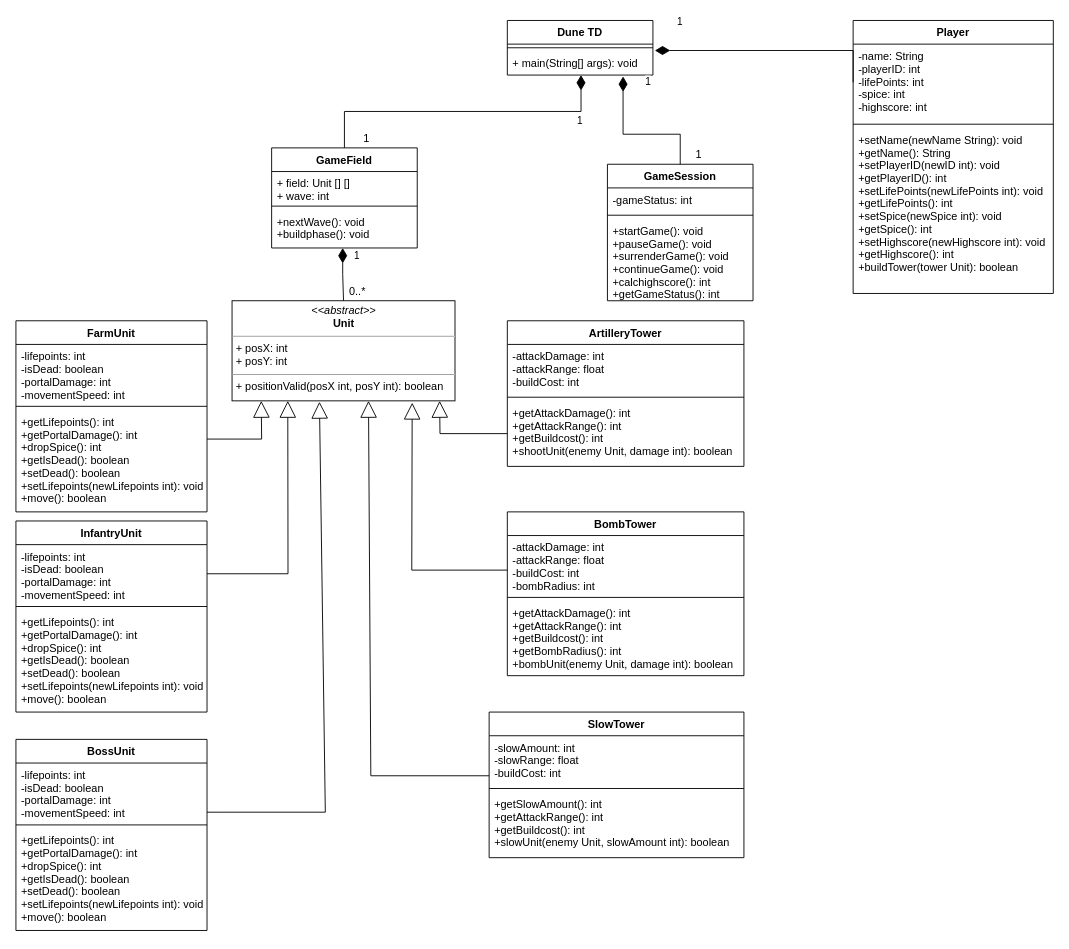
Above: Klassendiagrame.drawio in Mete7-del/hello-world (draw.io), before the change. Source tidied: cells renumbered, new cells numbered last; positions are measured from the earlier drawing's top-left corner, leaving out a move shared by most shapes. Both pictures are drawn from the tidied source at 91%, with x=0, y=0 at pixel (15, 20).
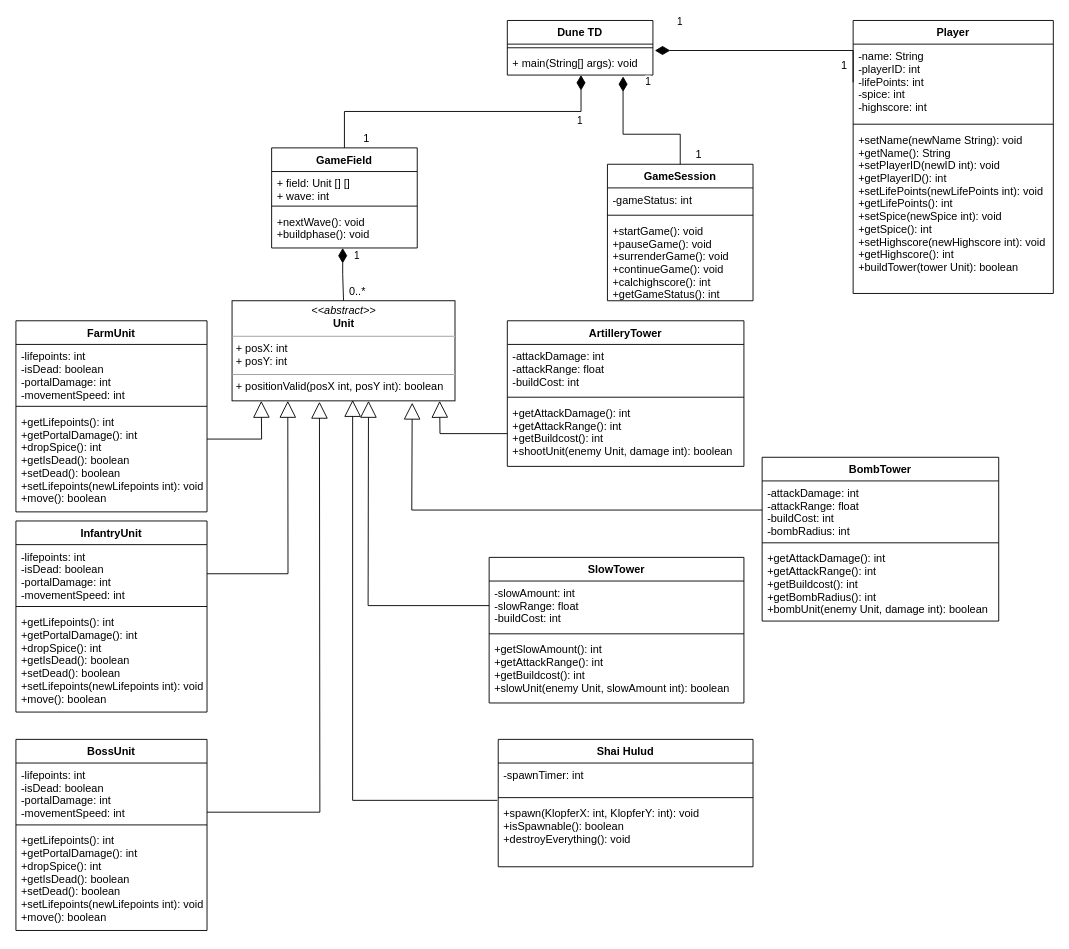
The same diagram, later.

Unchanged cells that the change refers to:
```xml
<mxCell id="9" value="&lt;p style=&quot;margin: 0px ; margin-top: 4px ; text-align: center&quot;&gt;&lt;i&gt;&amp;lt;&amp;lt;abstract&amp;gt;&amp;gt;&lt;/i&gt;&lt;br&gt;&lt;b&gt;Unit&lt;/b&gt;&lt;/p&gt;&lt;hr size=&quot;1&quot;&gt;&lt;p style=&quot;margin: 0px ; margin-left: 4px&quot;&gt;+ posX: int&lt;br&gt;+ posY: int&lt;/p&gt;&lt;hr size=&quot;1&quot;&gt;&lt;p style=&quot;margin: 0px ; margin-left: 4px&quot;&gt;+ positionValid(posX int, posY int): boolean&lt;br&gt;&lt;/p&gt;" style="verticalAlign=top;align=left;overflow=fill;fontSize=12;fontFamily=Helvetica;html=1;labelBackgroundColor=none;" parent="1" vertex="1">
  <mxGeometry x="237.5" y="308" width="245" height="110" as="geometry" />
</mxCell>
<mxCell id="23" value="-lifepoints: int&#10;-isDead: boolean&#10;-portalDamage: int&#10;-movementSpeed: int" style="text;strokeColor=none;fillColor=none;align=left;verticalAlign=top;spacingLeft=4;spacingRight=4;overflow=hidden;points=[[0,0.5],[1,0.5]];portConstraint=eastwest;labelBackgroundColor=none;" parent="22" vertex="1">
  <mxGeometry y="26" width="210" height="64" as="geometry" />
</mxCell>
<mxCell id="27" value="-slowAmount: int&#10;-slowRange: float&#10;-buildCost: int" style="text;strokeColor=none;fillColor=none;align=left;verticalAlign=top;spacingLeft=4;spacingRight=4;overflow=hidden;points=[[0,0.5],[1,0.5]];portConstraint=eastwest;labelBackgroundColor=none;" parent="26" vertex="1">
  <mxGeometry y="26" width="280" height="54" as="geometry" />
</mxCell>
<mxCell id="31" value="-attackDamage: int&#10;-attackRange: float&#10;-buildCost: int&#10;-bombRadius: int" style="text;strokeColor=none;fillColor=none;align=left;verticalAlign=top;spacingLeft=4;spacingRight=4;overflow=hidden;points=[[0,0.5],[1,0.5]];portConstraint=eastwest;labelBackgroundColor=none;" parent="30" vertex="1">
  <mxGeometry y="26" width="260" height="64" as="geometry" />
</mxCell>
```

Change to the diagram source:
```diff
@@
     <mxCell id="26" value="SlowTower" style="swimlane;fontStyle=1;align=center;verticalAlign=top;horizontal=1;startSize=26;labelBackgroundColor=none;" parent="1" vertex="1">
-      <mxGeometry x="520" y="760" width="280" height="160" as="geometry" />
+      <mxGeometry x="520" y="590" width="280" height="160" as="geometry" />
     </mxCell>
@@
     <mxCell id="30" value="BombTower" style="swimlane;fontStyle=1;align=center;verticalAlign=top;horizontal=1;startSize=26;labelBackgroundColor=none;" parent="1" vertex="1">
-      <mxGeometry x="540" y="540" width="260" height="180" as="geometry" />
+      <mxGeometry x="820" y="480" width="260" height="180" as="geometry" />
     </mxCell>
@@
     <mxCell id="35" style="endArrow=block;endSize=16;endFill=0;html=1;rounded=0;entryX=0.392;entryY=1.009;entryDx=0;entryDy=0;entryPerimeter=0;exitX=1;exitY=0.844;exitDx=0;exitDy=0;exitPerimeter=0;" parent="1" edge="1" source="23" target="9">
       <mxGeometry relative="1" as="geometry">
         <Array as="points">
-          <mxPoint x="340" y="870" />
+          <mxPoint x="334" y="870" />
         </Array>
       </mxGeometry>
     </mxCell>
@@
-    <mxCell id="38" style="endArrow=block;endSize=16;endFill=0;html=1;rounded=0;entryX=0.612;entryY=1;entryDx=0;entryDy=0;entryPerimeter=0;" parent="1" edge="1" target="9">
+    <mxCell id="38" style="endArrow=block;endSize=16;endFill=0;html=1;rounded=0;entryX=0.612;entryY=1;entryDx=0;entryDy=0;entryPerimeter=0;exitX=0;exitY=0.5;exitDx=0;exitDy=0;" parent="1" edge="1" source="27" target="9">
       <mxGeometry relative="1" as="geometry">
-        <mxPoint x="520" y="830" as="sourcePoint" />
         <Array as="points">
-          <mxPoint x="390" y="830" />
+          <mxPoint x="387" y="643" />
         </Array>
       </mxGeometry>
     </mxCell>
-    <mxCell id="39" style="endArrow=block;endSize=16;endFill=0;html=1;rounded=0;entryX=0.808;entryY=1.018;entryDx=0;entryDy=0;exitX=0;exitY=0.5;exitDx=0;exitDy=0;entryPerimeter=0;" parent="1" edge="1" target="9">
+    <mxCell id="39" style="endArrow=block;endSize=16;endFill=0;html=1;rounded=0;entryX=0.808;entryY=1.018;entryDx=0;entryDy=0;exitX=0;exitY=0.5;exitDx=0;exitDy=0;entryPerimeter=0;" parent="1" edge="1" source="31" target="9">
       <mxGeometry relative="1" as="geometry">
-        <mxPoint x="540" y="604" as="sourcePoint" />
         <Array as="points">
-          <mxPoint x="435" y="604" />
+          <mxPoint x="435" y="538" />
         </Array>
       </mxGeometry>
     </mxCell>
@@
+    <mxCell id="55" value="1" style="text;html=1;align=center;verticalAlign=middle;strokeColor=none;fillColor=none;" parent="1" vertex="1">
+      <mxGeometry x="900" y="40" width="20" height="20" as="geometry" />
+    </mxCell>
+    <mxCell id="56" value="Shai Hulud" style="swimlane;fontStyle=1;align=center;verticalAlign=top;horizontal=1;startSize=26;labelBackgroundColor=none;" parent="1" vertex="1">
+      <mxGeometry x="530" y="790" width="280" height="140" as="geometry" />
+    </mxCell>
+    <mxCell id="57" value="-spawnTimer: int" style="text;strokeColor=none;fillColor=none;align=left;verticalAlign=top;spacingLeft=4;spacingRight=4;overflow=hidden;labelBackgroundColor=none;" parent="56" vertex="1">
+      <mxGeometry y="26" width="280" height="34" as="geometry" />
+    </mxCell>
+    <mxCell id="58" style="line;strokeWidth=1;fillColor=none;align=left;verticalAlign=middle;spacingTop=-1;spacingLeft=3;spacingRight=3;labelPosition=right;labelBackgroundColor=none;" parent="56" vertex="1">
+      <mxGeometry y="60" width="280" height="8" as="geometry" />
+    </mxCell>
+    <mxCell id="59" value="+spawn(KlopferX: int, KlopferY: int): void&#10;+isSpawnable(): boolean&#10;+destroyEverything(): void" style="text;strokeColor=none;fillColor=none;align=left;verticalAlign=top;spacingLeft=4;spacingRight=4;overflow=hidden;labelBackgroundColor=none;" parent="56" vertex="1">
+      <mxGeometry y="68" width="280" height="72" as="geometry" />
+    </mxCell>
+    <mxCell id="60" style="endArrow=block;endSize=16;endFill=0;html=1;rounded=0;" parent="1" edge="1">
+      <mxGeometry relative="1" as="geometry">
+        <mxPoint x="529" y="857" as="sourcePoint" />
+        <mxPoint x="370" y="417" as="targetPoint" />
+        <Array as="points">
+          <mxPoint x="370" y="857" />
+        </Array>
+      </mxGeometry>
+    </mxCell>
```
